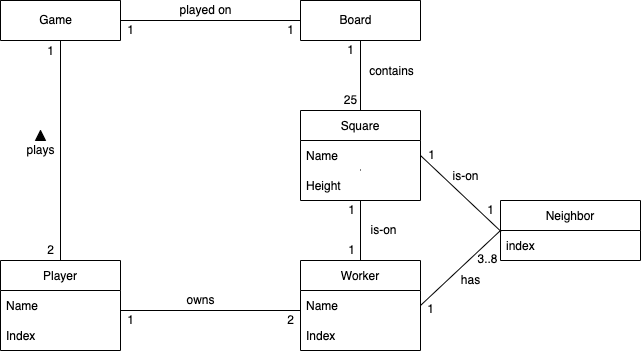
Before: domain-model.png, a diagram exported from draw.io (RozayC/test). Source tidied: cells renumbered, new cells last; positions are measured from the earlier drawing's top-left corner, leaving out a move shared by most shapes.
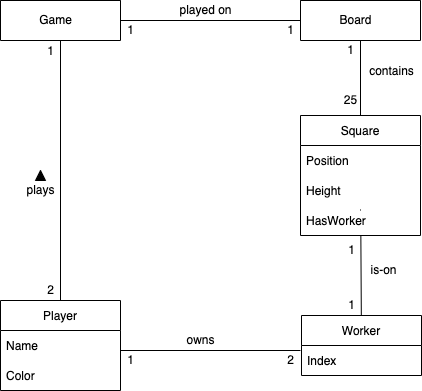
The same file after the commit.

Diff of the diagram source:
```diff
@@ -9,12 +9,12 @@
       <mxGeometry x="30" y="10" width="50" height="20" as="geometry" />
     </mxCell>
     <mxCell id="4" value="Player" style="swimlane;fontStyle=0;horizontal=1;startSize=30;" parent="1" vertex="1">
-      <mxGeometry y="260" width="120" height="90" as="geometry" />
+      <mxGeometry y="300" width="120" height="90" as="geometry" />
     </mxCell>
     <mxCell id="5" value="Name" style="text;strokeColor=none;fillColor=none;align=left;verticalAlign=middle;spacingLeft=4;spacingRight=4;overflow=hidden;" parent="4" vertex="1">
       <mxGeometry y="30" width="120" height="30" as="geometry" />
     </mxCell>
-    <mxCell id="6" value="Index" style="text;strokeColor=none;fillColor=none;align=left;verticalAlign=middle;spacingLeft=4;spacingRight=4;overflow=hidden;" parent="4" vertex="1">
+    <mxCell id="6" value="Color" style="text;strokeColor=none;fillColor=none;align=left;verticalAlign=middle;spacingLeft=4;spacingRight=4;overflow=hidden;" parent="4" vertex="1">
       <mxGeometry y="60" width="120" height="30" as="geometry" />
     </mxCell>
     <mxCell id="7" style="swimlane;startSize=0;" parent="1" vertex="1">
@@ -24,13 +24,10 @@
       <mxGeometry x="30" y="10" width="50" height="20" as="geometry" />
     </mxCell>
     <mxCell id="9" value="Worker" style="swimlane;fontStyle=0;horizontal=1;startSize=30;" parent="1" vertex="1">
-      <mxGeometry x="300" y="260" width="120" height="90" as="geometry" />
+      <mxGeometry x="301" y="315" width="120" height="60" as="geometry" />
     </mxCell>
-    <mxCell id="10" value="Name" style="text;strokeColor=none;fillColor=none;align=left;verticalAlign=middle;spacingLeft=4;spacingRight=4;overflow=hidden;points=[[0,0.5],[1,0.5]];portConstraint=eastwest;" parent="9" vertex="1">
-      <mxGeometry y="30" width="120" height="30" as="geometry" />
-    </mxCell>
     <mxCell id="11" value="Index" style="text;strokeColor=none;fillColor=none;align=left;verticalAlign=middle;spacingLeft=4;spacingRight=4;overflow=hidden;" parent="9" vertex="1">
-      <mxGeometry y="60" width="120" height="30" as="geometry" />
+      <mxGeometry y="30" width="120" height="30" as="geometry" />
     </mxCell>
     <mxCell id="12" style="endArrow=none;html=1;rounded=0;exitX=1;exitY=0.5;exitDx=0;exitDy=0;entryX=0;entryY=0.5;entryDx=0;entryDy=0;" parent="1" edge="1" source="2" target="7">
       <mxGeometry relative="1" as="geometry" />
@@ -40,8 +37,8 @@
     </mxCell>
     <mxCell id="14" style="endArrow=none;html=1;rounded=0;exitX=1;exitY=0.5;exitDx=0;exitDy=0;entryX=0;entryY=0.5;entryDx=0;entryDy=0;" parent="1" edge="1">
       <mxGeometry relative="1" as="geometry">
-        <mxPoint x="120" y="310" as="sourcePoint" />
-        <mxPoint x="300" y="310" as="targetPoint" />
+        <mxPoint x="120" y="350" as="sourcePoint" />
+        <mxPoint x="300" y="350" as="targetPoint" />
       </mxGeometry>
     </mxCell>
     <mxCell id="15" style="endArrow=none;html=1;rounded=0;exitX=0.5;exitY=0;exitDx=0;exitDy=0;entryX=0.5;entryY=1;entryDx=0;entryDy=0;" parent="1" edge="1" source="34" target="7">
@@ -49,8 +46,8 @@
     </mxCell>
     <mxCell id="16" style="endArrow=none;html=1;rounded=0;startArrow=none;" parent="1" edge="1">
       <mxGeometry relative="1" as="geometry">
-        <mxPoint x="360" y="169" as="sourcePoint" />
-        <mxPoint x="360" y="170" as="targetPoint" />
+        <mxPoint x="360" y="209" as="sourcePoint" />
+        <mxPoint x="360" y="210" as="targetPoint" />
       </mxGeometry>
     </mxCell>
     <mxCell id="17" value="played on" style="text;html=1;align=center;verticalAlign=middle;fillColor=none;strokeColor=none;rounded=0;" parent="1" vertex="1">
@@ -63,34 +60,34 @@
       <mxGeometry relative="1" as="geometry" />
     </mxCell>
     <mxCell id="20" value="is-on" style="text;html=1;align=center;verticalAlign=middle;fillColor=none;strokeColor=none;rounded=0;" parent="1" vertex="1">
-      <mxGeometry x="363" y="220" width="40" height="20" as="geometry" />
+      <mxGeometry x="363" y="260" width="40" height="20" as="geometry" />
     </mxCell>
     <mxCell id="21" value="owns" style="text;html=1;align=center;verticalAlign=middle;fillColor=none;strokeColor=none;rounded=0;" parent="1" vertex="1">
-      <mxGeometry x="180" y="290" width="40" height="20" as="geometry" />
+      <mxGeometry x="180" y="330" width="40" height="20" as="geometry" />
     </mxCell>
     <mxCell id="22" value="plays" style="text;html=1;align=center;verticalAlign=middle;fillColor=none;strokeColor=none;rounded=0;" parent="1" vertex="1">
-      <mxGeometry x="20" y="140" width="40" height="20" as="geometry" />
+      <mxGeometry x="20" y="180" width="40" height="20" as="geometry" />
     </mxCell>
     <mxCell id="23" style="triangle;whiteSpace=wrap;html=1;rounded=0;strokeColor=default;fillColor=#000000;rotation=-90;" parent="1" vertex="1">
-      <mxGeometry x="35" y="130" width="10" height="10" as="geometry" />
+      <mxGeometry x="35" y="170" width="10" height="10" as="geometry" />
     </mxCell>
     <mxCell id="24" value="1" style="text;html=1;align=center;verticalAlign=middle;fillColor=none;strokeColor=none;rounded=0;" parent="1" vertex="1">
       <mxGeometry x="40" y="41" width="20" height="20" as="geometry" />
     </mxCell>
     <mxCell id="25" value="2" style="text;html=1;align=center;verticalAlign=middle;fillColor=none;strokeColor=none;rounded=0;" parent="1" vertex="1">
-      <mxGeometry x="40" y="240" width="20" height="20" as="geometry" />
+      <mxGeometry x="40" y="280" width="20" height="20" as="geometry" />
     </mxCell>
     <mxCell id="26" value="1" style="text;html=1;align=center;verticalAlign=middle;fillColor=none;strokeColor=none;rounded=0;" parent="1" vertex="1">
-      <mxGeometry x="120" y="310" width="20" height="20" as="geometry" />
+      <mxGeometry x="120" y="350" width="20" height="20" as="geometry" />
     </mxCell>
     <mxCell id="27" value="2" style="text;html=1;align=center;verticalAlign=middle;fillColor=none;strokeColor=none;rounded=0;" parent="1" vertex="1">
-      <mxGeometry x="280" y="310" width="20" height="20" as="geometry" />
+      <mxGeometry x="280" y="350" width="20" height="20" as="geometry" />
     </mxCell>
     <mxCell id="28" value="1" style="text;html=1;align=center;verticalAlign=middle;fillColor=none;strokeColor=none;rounded=0;" parent="1" vertex="1">
-      <mxGeometry x="341" y="240" width="20" height="20" as="geometry" />
+      <mxGeometry x="341" y="295" width="20" height="20" as="geometry" />
     </mxCell>
     <mxCell id="29" value="1" style="text;html=1;align=center;verticalAlign=middle;fillColor=none;strokeColor=none;rounded=0;" parent="1" vertex="1">
-      <mxGeometry x="341" y="200" width="20" height="20" as="geometry" />
+      <mxGeometry x="341" y="240" width="20" height="20" as="geometry" />
     </mxCell>
     <mxCell id="30" value="1" style="text;html=1;align=center;verticalAlign=middle;fillColor=none;strokeColor=none;rounded=0;" parent="1" vertex="1">
       <mxGeometry x="340" y="40" width="20" height="20" as="geometry" />
@@ -105,43 +102,16 @@
       <mxGeometry x="280" y="20" width="20" height="20" as="geometry" />
     </mxCell>
     <mxCell id="34" value="Square" style="swimlane;fontStyle=0;horizontal=1;startSize=30;" parent="1" vertex="1">
-      <mxGeometry x="300" y="110" width="120" height="90" as="geometry" />
+      <mxGeometry x="300" y="115" width="120" height="120" as="geometry" />
     </mxCell>
-    <mxCell id="35" value="Name" style="text;strokeColor=none;fillColor=none;align=left;verticalAlign=middle;spacingLeft=4;spacingRight=4;overflow=hidden;points=[[0,0.5],[1,0.5]];portConstraint=eastwest;" parent="34" vertex="1">
+    <mxCell id="35" value="Position" style="text;strokeColor=none;fillColor=none;align=left;verticalAlign=middle;spacingLeft=4;spacingRight=4;overflow=hidden;points=[[0,0.5],[1,0.5]];portConstraint=eastwest;" parent="34" vertex="1">
       <mxGeometry y="30" width="120" height="30" as="geometry" />
     </mxCell>
     <mxCell id="36" value="Height" style="text;strokeColor=none;fillColor=none;align=left;verticalAlign=middle;spacingLeft=4;spacingRight=4;overflow=hidden;" parent="34" vertex="1">
       <mxGeometry y="60" width="120" height="30" as="geometry" />
     </mxCell>
-    <mxCell id="37" value="Neighbor" style="swimlane;fontStyle=0;horizontal=1;startSize=30;rounded=0;strokeColor=default;fillColor=#FFFFFF;" parent="1" vertex="1">
-      <mxGeometry x="500" y="200" width="140" height="60" as="geometry" />
-    </mxCell>
-    <mxCell id="38" value="index" style="text;strokeColor=none;fillColor=none;align=left;verticalAlign=middle;spacingLeft=4;spacingRight=4;overflow=hidden;points=[[0,0.5],[1,0.5]];portConstraint=eastwest;rounded=0;" parent="37" vertex="1">
-      <mxGeometry y="30" width="140" height="30" as="geometry" />
-    </mxCell>
-    <mxCell id="39" style="endArrow=none;html=1;rounded=0;exitX=1;exitY=0.5;exitDx=0;exitDy=0;entryX=0;entryY=0.5;entryDx=0;entryDy=0;" parent="1" edge="1" source="10" target="37">
-      <mxGeometry relative="1" as="geometry" />
-    </mxCell>
-    <mxCell id="40" value="has" style="text;html=1;align=center;verticalAlign=middle;fillColor=none;strokeColor=none;rounded=0;" parent="1" vertex="1">
-      <mxGeometry x="455" y="270" width="30" height="20" as="geometry" />
-    </mxCell>
-    <mxCell id="41" style="endArrow=none;html=1;rounded=0;exitX=1;exitY=0.5;exitDx=0;exitDy=0;entryX=0.004;entryY=0.034;entryDx=0;entryDy=0;entryPerimeter=0;" parent="1" edge="1" source="35" target="38">
-      <mxGeometry relative="1" as="geometry" />
-    </mxCell>
-    <mxCell id="42" value="is-on" style="text;html=1;align=center;verticalAlign=middle;fillColor=none;strokeColor=none;rounded=0;" parent="1" vertex="1">
-      <mxGeometry x="445" y="166" width="40" height="20" as="geometry" />
-    </mxCell>
-    <mxCell id="43" value="1" style="text;html=1;align=center;verticalAlign=middle;fillColor=none;strokeColor=none;rounded=0;" parent="1" vertex="1">
-      <mxGeometry x="421" y="145" width="20" height="20" as="geometry" />
-    </mxCell>
-    <mxCell id="44" value="1" style="text;html=1;align=center;verticalAlign=middle;fillColor=none;strokeColor=none;rounded=0;" parent="1" vertex="1">
-      <mxGeometry x="480" y="200" width="20" height="20" as="geometry" />
-    </mxCell>
-    <mxCell id="45" value="1" style="text;html=1;align=center;verticalAlign=middle;fillColor=none;strokeColor=none;rounded=0;" parent="1" vertex="1">
-      <mxGeometry x="420" y="299" width="20" height="20" as="geometry" />
-    </mxCell>
-    <mxCell id="46" value="3..8" style="text;html=1;align=center;verticalAlign=middle;fillColor=none;strokeColor=none;rounded=0;" parent="1" vertex="1">
-      <mxGeometry x="467" y="249" width="40" height="20" as="geometry" />
-    </mxCell>
+    <mxCell id="47" value="HasWorker" style="text;strokeColor=none;fillColor=none;align=left;verticalAlign=middle;spacingLeft=4;spacingRight=4;overflow=hidden;" parent="34" vertex="1">
+      <mxGeometry y="90" width="120" height="30" as="geometry" />
+    </mxCell>
   </root>
 </mxGraphModel>
```
